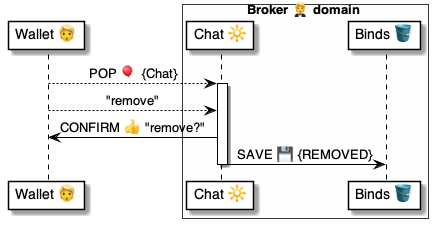
pollyweb-org/pollyweb-docs keeps this PlantUML diagram as 4 ⚙️ Solution/20 🧑‍🦰 UI/Brokers 🤵/🤵🔆 Broker locators/PopBind 🔆/Bind » Remove/🤵 PopBindRemove ⚙️ uml.png. Above is the earlier version. Its source is kept beside it as 4 ⚙️ Solution/20 🧑‍🦰 UI/Brokers 🤵/🤵🔆 Broker locators/PopBind 🔆/Bind » Remove/🤵 PopBindRemove ⚙️ uml.puml. Its diagram source:
```plantuml
@startuml PopBindRemove

participant "Wallet 👱" as wallet
box Broker 🤵 domain #FFFFFA
    participant "Chat 🔆" as chat
    participant "Binds 🪣" as binds
end box

wallet --> chat: POP 🎈 {Chat}

activate chat
    wallet --> chat: "remove"
    chat -> wallet: CONFIRM 👍 "remove?"
    chat -> binds: SAVE 💾 {REMOVED}
deactivate chat

@enduml
```
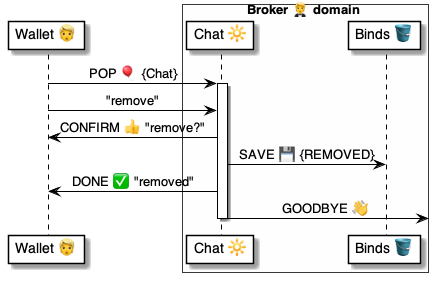
The same diagram one commit later.

Diff of the diagram source:
```diff
@@ -6,12 +6,15 @@
     participant "Binds 🪣" as binds
 end box
 
-wallet --> chat: POP 🎈 {Chat}
+
+wallet -> chat: POP 🎈 {Chat}
 
 activate chat
-    wallet --> chat: "remove"
+    wallet -> chat: "remove"
     chat -> wallet: CONFIRM 👍 "remove?"
     chat -> binds: SAVE 💾 {REMOVED}
+    chat -> wallet: DONE ✅ "removed"
+    chat -> : GOODBYE 👋
 deactivate chat
 
 @enduml
```
